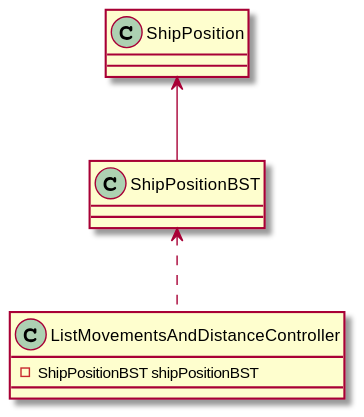
Before: docs/Sprint 1/US/US105/US105_CD.svg, a diagram exported from PlantUML (1190772/LAB-Project-3).
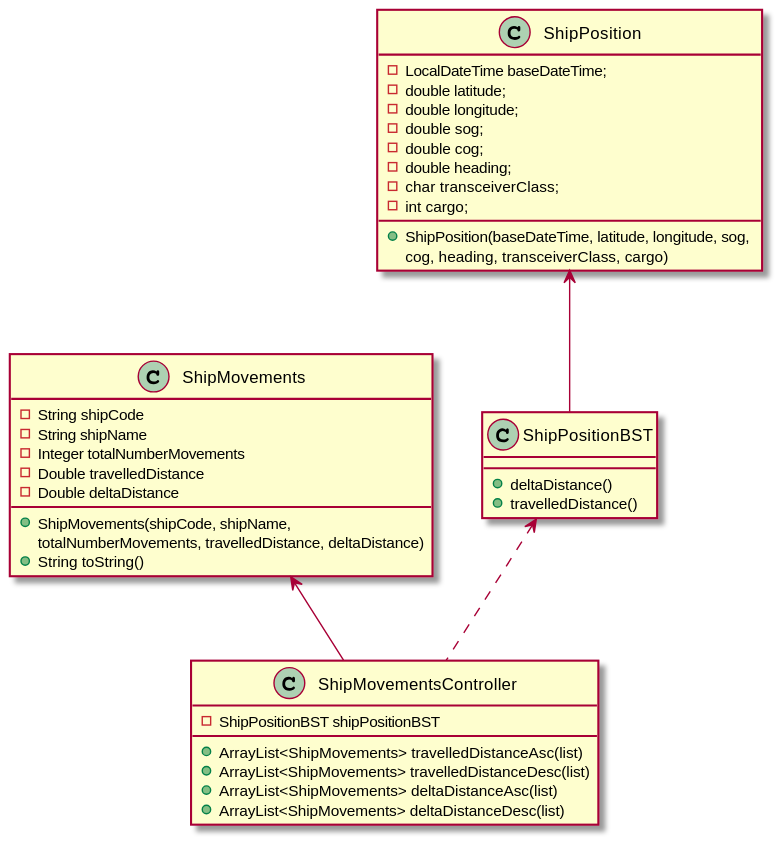
After the commit.

Commit message:
Atualização do diagrama de classes da US105

The edit, as a diff of the source:
```diff
@@ -1,15 +1,43 @@
 @startuml
 
 
-class ListMovementsAndDistanceController {
+class ShipMovementsController {
 - ShipPositionBST shipPositionBST
++ ArrayList<ShipMovements> travelledDistanceAsc(list)
++ ArrayList<ShipMovements> travelledDistanceDesc(list)
++ ArrayList<ShipMovements> deltaDistanceAsc(list)
++ ArrayList<ShipMovements> deltaDistanceDesc(list)
 }
 
-class ShipPositionBST
+class ShipMovements {
+- String shipCode
+- String shipName
+- Integer totalNumberMovements
+- Double travelledDistance
+- Double deltaDistance
++ ShipMovements(shipCode, shipName, \ntotalNumberMovements, travelledDistance, deltaDistance)
++ String toString()
+}
 
-class ShipPosition
+class ShipPositionBST {
++ deltaDistance()
++ travelledDistance()
+}
+
+class ShipPosition {
+- LocalDateTime baseDateTime;
+- double latitude;
+- double longitude;
+- double sog;
+- double cog;
+- double heading;
+- char transceiverClass;
+- int cargo;
++ ShipPosition(baseDateTime, latitude, longitude, sog, \ncog, heading, transceiverClass, cargo)
+}
 
 
-ShipPositionBST <.. ListMovementsAndDistanceController
+ShipPositionBST <.. ShipMovementsController
 ShipPosition <-- ShipPositionBST
+ShipMovements <-- ShipMovementsController
 @enduml
```
